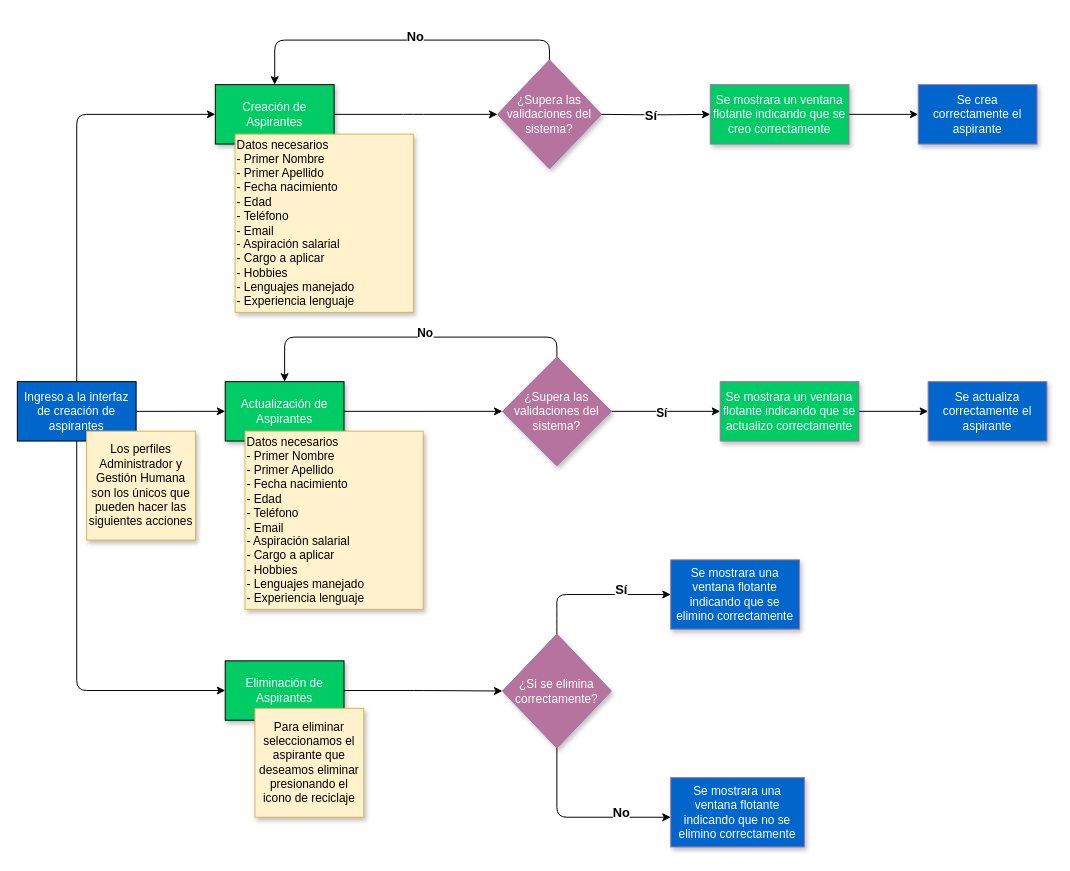
This is Untitled Diagram.drawio from JuanPablo-2000/ApiRest_Angular, a draw.io file, before an edit. Source tidied: cells renumbered, new cells numbered last; positions are measured from the earlier drawing's top-left corner, leaving out a move shared by most shapes. Both pictures are drawn from the tidied source at 99%, with x=0, y=0 at pixel (17, 35).
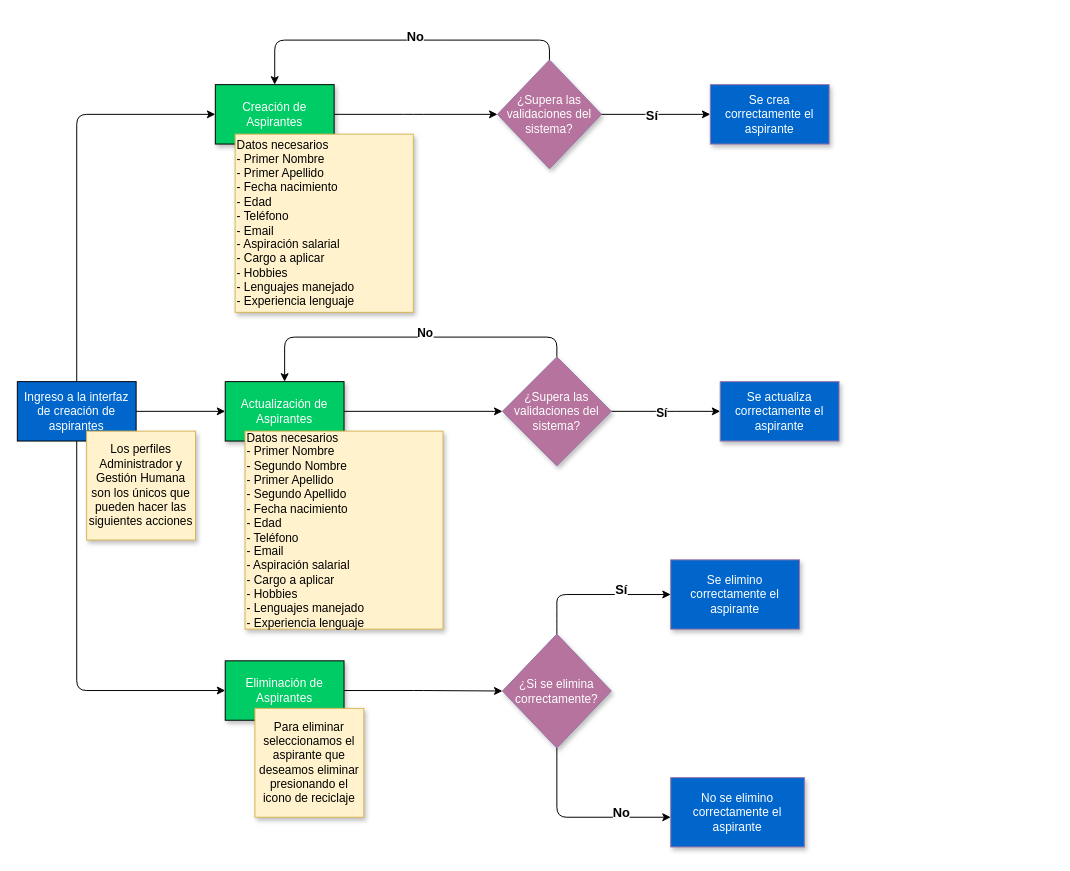
The same diagram, later.

Commit message:
Creacion Aspirantes

Unchanged cells that the change refers to:
```xml
<mxCell id="18" value="&lt;font color=&quot;#ffffff&quot;&gt;¿Supera las validaciones del sistema?&lt;/font&gt;" style="rhombus;whiteSpace=wrap;html=1;shadow=1;fillColor=#B5739D;strokeColor=#9673a6;" parent="1" vertex="1">
  <mxGeometry x="490" y="325" width="110" height="110" as="geometry" />
</mxCell>
```

What changed in the source:
```diff
@@
-    <mxCell id="17" style="edgeStyle=orthogonalEdgeStyle;jettySize=auto;html=1;exitX=1;exitY=0.5;exitDx=0;exitDy=0;entryX=0;entryY=0.5;entryDx=0;entryDy=0;fontSize=13;fontColor=#FFFFFF;" parent="1" edge="1" source="18" target="30">
-      <mxGeometry relative="1" as="geometry" />
+    <mxCell id="17" style="edgeStyle=orthogonalEdgeStyle;jettySize=auto;html=1;exitX=1;exitY=0.5;exitDx=0;exitDy=0;entryX=0;entryY=0.5;entryDx=0;entryDy=0;fontSize=13;fontColor=#FFFFFF;" parent="1" edge="1" source="18">
+      <mxGeometry relative="1" as="geometry">
+        <mxPoint x="710" y="380" as="targetPoint" />
+      </mxGeometry>
     </mxCell>
@@
     <mxCell id="22" value="&lt;font color=&quot;#ffffff&quot;&gt;Se actualiza correctamente el aspirante&lt;/font&gt;" style="whiteSpace=wrap;html=1;shadow=1;strokeColor=#9673a6;fillColor=#0066CC;" parent="1" vertex="1">
-      <mxGeometry x="920" y="350" width="120" height="60" as="geometry" />
+      <mxGeometry x="710" y="350" width="120" height="60" as="geometry" />
     </mxCell>
-    <mxCell id="23" value="&lt;font color=&quot;#ffffff&quot;&gt;Se mostrara una ventana flotante indicando que se elimino correctamente&lt;/font&gt;" style="whiteSpace=wrap;html=1;shadow=1;strokeColor=#9673a6;fillColor=#0066CC;" parent="1" vertex="1">
+    <mxCell id="23" value="&lt;font color=&quot;#ffffff&quot;&gt;Se elimino correctamente el aspirante&lt;/font&gt;" style="whiteSpace=wrap;html=1;shadow=1;strokeColor=#9673a6;fillColor=#0066CC;" parent="1" vertex="1">
       <mxGeometry x="660" y="530" width="130" height="70" as="geometry" />
     </mxCell>
@@
-    <mxCell id="26" value="Datos necesarios&lt;br&gt;- Primer Nombre&lt;br&gt;- Primer Apellido&lt;br&gt;- Fecha nacimiento&lt;br&gt;- Edad&lt;br&gt;- Teléfono&lt;br&gt;- Email&lt;br&gt;- Aspiración salarial&lt;br&gt;- Cargo a aplicar&lt;br&gt;- Hobbies&lt;br&gt;- Lenguajes manejado&lt;br&gt;- Experiencia lenguaje" style="whiteSpace=wrap;html=1;shadow=1;fillColor=#fff2cc;strokeColor=#d6b656;align=left;" parent="1" vertex="1">
-      <mxGeometry x="230" y="400" width="180" height="180" as="geometry" />
+    <mxCell id="26" value="Datos necesarios&lt;br&gt;- Primer Nombre&lt;br&gt;- Segundo Nombre&lt;br&gt;- Primer Apellido&lt;br&gt;- Segundo Apellido&lt;br&gt;- Fecha nacimiento&lt;br&gt;- Edad&lt;br&gt;- Teléfono&lt;br&gt;- Email&lt;br&gt;- Aspiración salarial&lt;br&gt;- Cargo a aplicar&lt;br&gt;- Hobbies&lt;br&gt;- Lenguajes manejado&lt;br&gt;- Experiencia lenguaje" style="whiteSpace=wrap;html=1;shadow=1;fillColor=#fff2cc;strokeColor=#d6b656;align=left;" parent="1" vertex="1">
+      <mxGeometry x="230" y="400" width="200" height="200" as="geometry" />
     </mxCell>
@@
-    <mxCell id="28" value="&lt;font color=&quot;#ffffff&quot;&gt;Se mostrara una ventana flotante indicando que no se elimino correctamente&lt;/font&gt;" style="whiteSpace=wrap;html=1;shadow=1;fontColor=#B5739D;strokeColor=#9673a6;fillColor=#0066CC;" parent="1" vertex="1">
+    <mxCell id="28" value="&lt;font color=&quot;#ffffff&quot;&gt;No se elimino correctamente el aspirante&lt;/font&gt;" style="whiteSpace=wrap;html=1;shadow=1;fontColor=#B5739D;strokeColor=#9673a6;fillColor=#0066CC;" parent="1" vertex="1">
       <mxGeometry x="660" y="750" width="135" height="70" as="geometry" />
     </mxCell>
-    <mxCell id="29" style="edgeStyle=orthogonalEdgeStyle;jettySize=auto;html=1;exitX=1;exitY=0.5;exitDx=0;exitDy=0;entryX=0;entryY=0.5;entryDx=0;entryDy=0;fontSize=13;fontColor=#FFFFFF;" parent="1" edge="1" source="30" target="22">
-      <mxGeometry relative="1" as="geometry" />
-    </mxCell>
-    <mxCell id="30" value="&lt;font color=&quot;#ffffff&quot;&gt;Se mostrara un ventana flotante indicando que se actualizo correctamente&lt;/font&gt;" style="whiteSpace=wrap;html=1;shadow=1;strokeColor=#9673a6;fillColor=#00CC66;" parent="1" vertex="1">
-      <mxGeometry x="710" y="350" width="140" height="60" as="geometry" />
-    </mxCell>
@@
-    <mxCell id="32" style="edgeStyle=orthogonalEdgeStyle;jettySize=auto;html=1;exitX=1;exitY=0.5;exitDx=0;exitDy=0;entryX=0;entryY=0.5;entryDx=0;entryDy=0;fontSize=13;fontColor=#FFFFFF;" parent="1" edge="1" target="36">
+    <mxCell id="32" style="edgeStyle=orthogonalEdgeStyle;orthogonalLoop=1;jettySize=auto;html=1;exitX=1;exitY=0.5;exitDx=0;exitDy=0;entryX=0;entryY=0.5;entryDx=0;entryDy=0;fontSize=13;fontColor=#FFFFFF;" parent="1" edge="1">
       <mxGeometry relative="1" as="geometry">
         <mxPoint x="590" y="80" as="sourcePoint" />
+        <mxPoint x="700" y="80" as="targetPoint" />
       </mxGeometry>
     </mxCell>
@@
     <mxCell id="34" value="&lt;font color=&quot;#ffffff&quot;&gt;Se crea correctamente el aspirante&lt;/font&gt;" style="whiteSpace=wrap;html=1;shadow=1;strokeColor=#9673a6;fillColor=#0066CC;" parent="1" vertex="1">
-      <mxGeometry x="910" y="50" width="120" height="60" as="geometry" />
+      <mxGeometry x="700" y="50" width="120" height="60" as="geometry" />
     </mxCell>
-    <mxCell id="35" style="edgeStyle=orthogonalEdgeStyle;jettySize=auto;html=1;exitX=1;exitY=0.5;exitDx=0;exitDy=0;entryX=0;entryY=0.5;entryDx=0;entryDy=0;fontSize=13;fontColor=#FFFFFF;" parent="1" edge="1" source="36" target="34">
-      <mxGeometry relative="1" as="geometry" />
-    </mxCell>
-    <mxCell id="36" value="&lt;font color=&quot;#ffffff&quot;&gt;Se mostrara un ventana flotante indicando que se creo correctamente&lt;/font&gt;" style="whiteSpace=wrap;html=1;shadow=1;strokeColor=#9673a6;fillColor=#00CC66;" parent="1" vertex="1">
-      <mxGeometry x="700" y="50" width="140" height="60" as="geometry" />
-    </mxCell>
```
